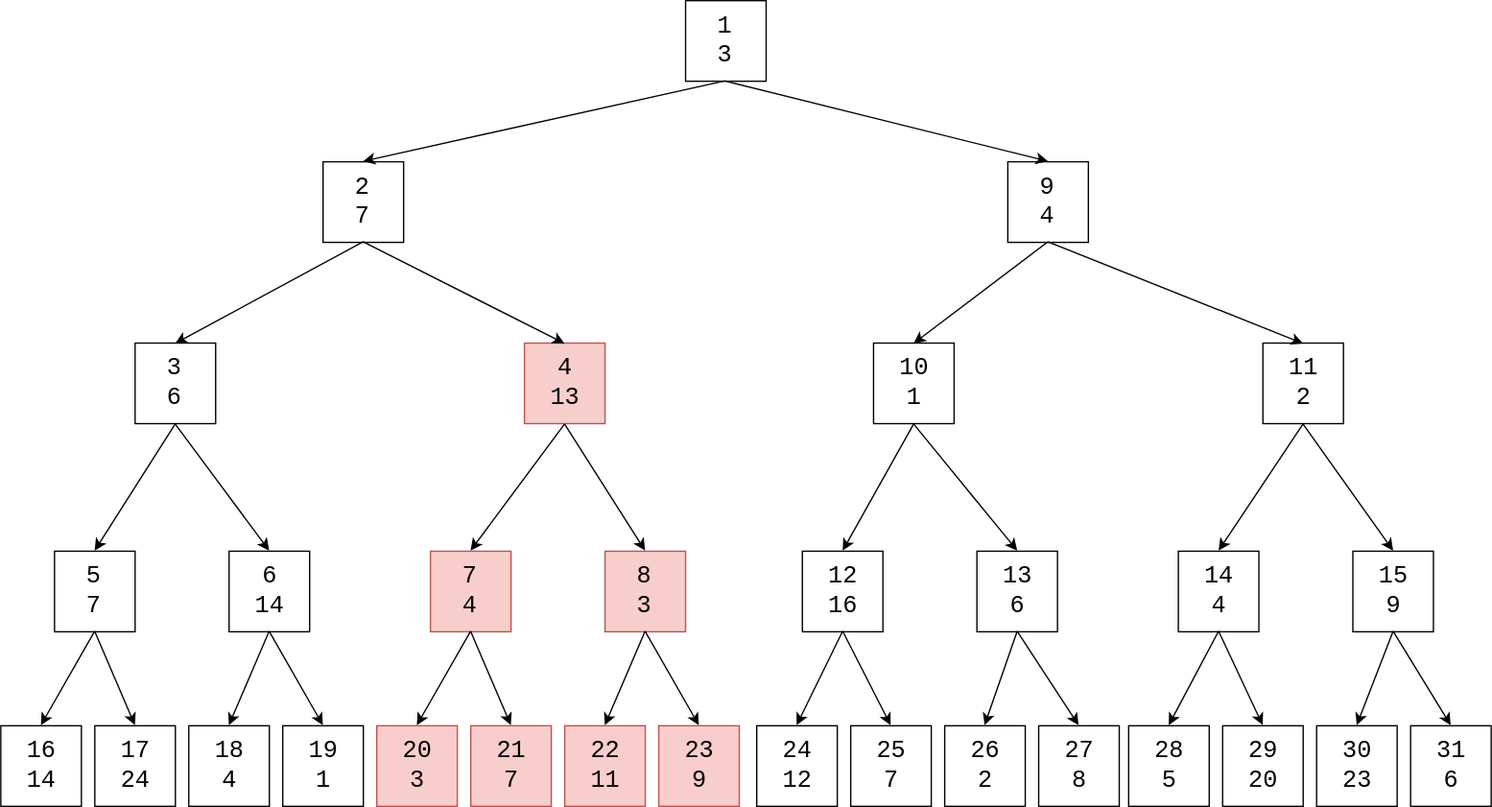
Before: docs/DynamicProgramming/TreeDP/res/MaxBinaryTreeRadiusSum3.svg, a diagram exported from draw.io (linrongbin16/way-to-algorithm). Source tidied: cells renumbered, new cells last; positions are measured from the earlier drawing's top-left corner, leaving out a move shared by most shapes.
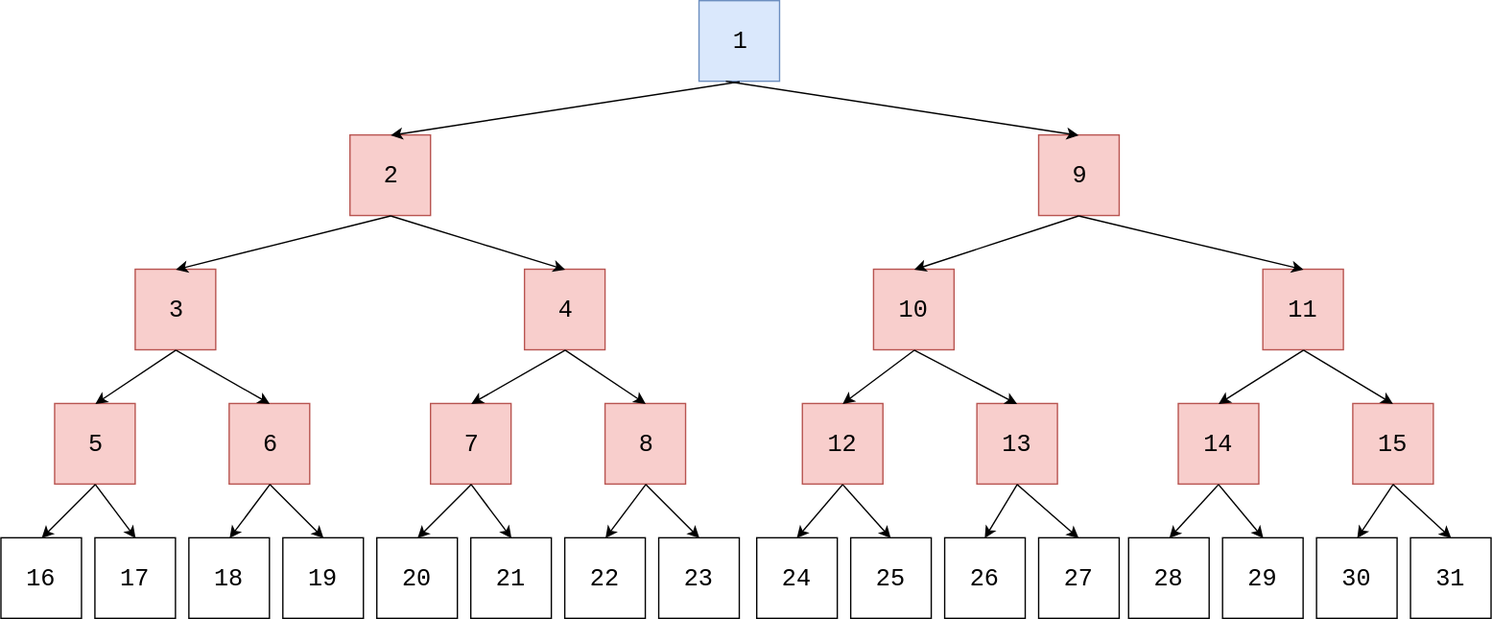
After the commit.

Commit message:
finish max binary tree radius sum doc, and pictures

What changed in the source:
```diff
@@ -2,79 +2,79 @@
   <root>
     <mxCell id="0" />
     <mxCell id="1" parent="0" />
-    <mxCell id="2" value="1&lt;div&gt;3&lt;/div&gt;" style="rounded=0;whiteSpace=wrap;html=1;fontFamily=Courier New;fontSize=18;fillColor=#ffffff;strokeColor=#000000;" parent="1" vertex="1">
-      <mxGeometry x="510" width="60" height="60" as="geometry" />
+    <mxCell id="2" value="1&lt;br&gt;" style="rounded=0;whiteSpace=wrap;html=1;fontFamily=Courier New;fontSize=18;fillColor=#dae8fc;strokeColor=#6c8ebf;" parent="1" vertex="1">
+      <mxGeometry x="520" y="140" width="60" height="60" as="geometry" />
     </mxCell>
-    <mxCell id="3" value="2&lt;div&gt;7&lt;/div&gt;" style="rounded=0;whiteSpace=wrap;html=1;fontFamily=Courier New;fontSize=18;fillColor=#ffffff;strokeColor=#000000;" parent="1" vertex="1">
-      <mxGeometry x="240" y="120" width="60" height="60" as="geometry" />
+    <mxCell id="3" value="2&lt;br&gt;" style="rounded=0;whiteSpace=wrap;html=1;fontFamily=Courier New;fontSize=18;fillColor=#f8cecc;strokeColor=#b85450;" parent="1" vertex="1">
+      <mxGeometry x="260" y="240" width="60" height="60" as="geometry" />
     </mxCell>
-    <mxCell id="4" value="9&lt;div&gt;4&lt;/div&gt;" style="rounded=0;whiteSpace=wrap;html=1;fontFamily=Courier New;fontSize=18;fillColor=#ffffff;strokeColor=#000000;" parent="1" vertex="1">
-      <mxGeometry x="750" y="120" width="60" height="60" as="geometry" />
+    <mxCell id="4" value="9&lt;br&gt;" style="rounded=0;whiteSpace=wrap;html=1;fontFamily=Courier New;fontSize=18;fillColor=#f8cecc;strokeColor=#b85450;" parent="1" vertex="1">
+      <mxGeometry x="773" y="240" width="60" height="60" as="geometry" />
     </mxCell>
-    <mxCell id="5" value="3&lt;div&gt;6&lt;/div&gt;" style="rounded=0;whiteSpace=wrap;html=1;fontFamily=Courier New;fontSize=18;fillColor=#ffffff;strokeColor=#000000;" parent="1" vertex="1">
-      <mxGeometry x="100" y="255" width="60" height="60" as="geometry" />
+    <mxCell id="5" value="3&lt;br&gt;" style="rounded=0;whiteSpace=wrap;html=1;fontFamily=Courier New;fontSize=18;fillColor=#f8cecc;strokeColor=#b85450;" parent="1" vertex="1">
+      <mxGeometry x="100" y="340" width="60" height="60" as="geometry" />
     </mxCell>
-    <mxCell id="6" value="4&lt;div&gt;13&lt;/div&gt;" style="rounded=0;whiteSpace=wrap;html=1;fontFamily=Courier New;fontSize=18;fillColor=#f8cecc;strokeColor=#b85450;" parent="1" vertex="1">
-      <mxGeometry x="390" y="255" width="60" height="60" as="geometry" />
+    <mxCell id="6" value="4&lt;br&gt;" style="rounded=0;whiteSpace=wrap;html=1;fontFamily=Courier New;fontSize=18;fillColor=#f8cecc;strokeColor=#b85450;" parent="1" vertex="1">
+      <mxGeometry x="390" y="340" width="60" height="60" as="geometry" />
     </mxCell>
-    <mxCell id="7" value="5&lt;div&gt;7&lt;/div&gt;" style="rounded=0;whiteSpace=wrap;html=1;fontFamily=Courier New;fontSize=18;fillColor=#ffffff;strokeColor=#000000;" parent="1" vertex="1">
-      <mxGeometry x="40" y="410" width="60" height="60" as="geometry" />
+    <mxCell id="7" value="5&lt;br&gt;" style="rounded=0;whiteSpace=wrap;html=1;fontFamily=Courier New;fontSize=18;fillColor=#f8cecc;strokeColor=#b85450;" parent="1" vertex="1">
+      <mxGeometry x="40" y="440" width="60" height="60" as="geometry" />
     </mxCell>
-    <mxCell id="8" value="6&lt;div&gt;14&lt;/div&gt;" style="rounded=0;whiteSpace=wrap;html=1;fontFamily=Courier New;fontSize=18;fillColor=#ffffff;strokeColor=#000000;" parent="1" vertex="1">
-      <mxGeometry x="170" y="410" width="60" height="60" as="geometry" />
+    <mxCell id="8" value="6&lt;br&gt;" style="rounded=0;whiteSpace=wrap;html=1;fontFamily=Courier New;fontSize=18;fillColor=#f8cecc;strokeColor=#b85450;" parent="1" vertex="1">
+      <mxGeometry x="170" y="440" width="60" height="60" as="geometry" />
     </mxCell>
-    <mxCell id="9" value="7&lt;div&gt;4&lt;/div&gt;" style="rounded=0;whiteSpace=wrap;html=1;fontFamily=Courier New;fontSize=18;fillColor=#f8cecc;strokeColor=#b85450;" parent="1" vertex="1">
-      <mxGeometry x="320" y="410" width="60" height="60" as="geometry" />
+    <mxCell id="9" value="7&lt;br&gt;" style="rounded=0;whiteSpace=wrap;html=1;fontFamily=Courier New;fontSize=18;fillColor=#f8cecc;strokeColor=#b85450;" parent="1" vertex="1">
+      <mxGeometry x="320" y="440" width="60" height="60" as="geometry" />
     </mxCell>
-    <mxCell id="10" value="8&lt;div&gt;3&lt;/div&gt;" style="rounded=0;whiteSpace=wrap;html=1;fontFamily=Courier New;fontSize=18;fillColor=#f8cecc;strokeColor=#b85450;" parent="1" vertex="1">
-      <mxGeometry x="450" y="410" width="60" height="60" as="geometry" />
+    <mxCell id="10" value="8&lt;br&gt;" style="rounded=0;whiteSpace=wrap;html=1;fontFamily=Courier New;fontSize=18;fillColor=#f8cecc;strokeColor=#b85450;" parent="1" vertex="1">
+      <mxGeometry x="450" y="440" width="60" height="60" as="geometry" />
     </mxCell>
-    <mxCell id="11" value="16&lt;div&gt;14&lt;/div&gt;" style="rounded=0;whiteSpace=wrap;html=1;fontFamily=Courier New;fontSize=18;fillColor=#ffffff;strokeColor=#000000;" parent="1" vertex="1">
+    <mxCell id="11" value="16&lt;br&gt;" style="rounded=0;whiteSpace=wrap;html=1;fontFamily=Courier New;fontSize=18;fillColor=#ffffff;strokeColor=#000000;" parent="1" vertex="1">
       <mxGeometry y="540" width="60" height="60" as="geometry" />
     </mxCell>
-    <mxCell id="12" value="17&lt;div&gt;24&lt;/div&gt;" style="rounded=0;whiteSpace=wrap;html=1;fontFamily=Courier New;fontSize=18;fillColor=#ffffff;strokeColor=#000000;" parent="1" vertex="1">
+    <mxCell id="12" value="17&lt;br&gt;" style="rounded=0;whiteSpace=wrap;html=1;fontFamily=Courier New;fontSize=18;fillColor=#ffffff;strokeColor=#000000;" parent="1" vertex="1">
       <mxGeometry x="70" y="540" width="60" height="60" as="geometry" />
     </mxCell>
-    <mxCell id="13" value="18&lt;div&gt;4&lt;/div&gt;" style="rounded=0;whiteSpace=wrap;html=1;fontFamily=Courier New;fontSize=18;fillColor=#ffffff;strokeColor=#000000;" parent="1" vertex="1">
+    <mxCell id="13" value="18&lt;br&gt;" style="rounded=0;whiteSpace=wrap;html=1;fontFamily=Courier New;fontSize=18;fillColor=#ffffff;strokeColor=#000000;" parent="1" vertex="1">
       <mxGeometry x="140" y="540" width="60" height="60" as="geometry" />
     </mxCell>
-    <mxCell id="14" value="19&lt;div&gt;1&lt;/div&gt;" style="rounded=0;whiteSpace=wrap;html=1;fontFamily=Courier New;fontSize=18;fillColor=#ffffff;strokeColor=#000000;" parent="1" vertex="1">
+    <mxCell id="14" value="19&lt;br&gt;" style="rounded=0;whiteSpace=wrap;html=1;fontFamily=Courier New;fontSize=18;fillColor=#ffffff;strokeColor=#000000;" parent="1" vertex="1">
       <mxGeometry x="210" y="540" width="60" height="60" as="geometry" />
     </mxCell>
-    <mxCell id="15" value="20&lt;div&gt;3&lt;/div&gt;" style="rounded=0;whiteSpace=wrap;html=1;fontFamily=Courier New;fontSize=18;fillColor=#f8cecc;strokeColor=#b85450;" parent="1" vertex="1">
+    <mxCell id="15" value="20&lt;br&gt;" style="rounded=0;whiteSpace=wrap;html=1;fontFamily=Courier New;fontSize=18;fillColor=#ffffff;strokeColor=#000000;" parent="1" vertex="1">
       <mxGeometry x="280" y="540" width="60" height="60" as="geometry" />
     </mxCell>
-    <mxCell id="16" value="21&lt;div&gt;7&lt;/div&gt;" style="rounded=0;whiteSpace=wrap;html=1;fontFamily=Courier New;fontSize=18;fillColor=#f8cecc;strokeColor=#b85450;" parent="1" vertex="1">
+    <mxCell id="16" value="21&lt;br&gt;" style="rounded=0;whiteSpace=wrap;html=1;fontFamily=Courier New;fontSize=18;fillColor=#ffffff;strokeColor=#000000;" parent="1" vertex="1">
       <mxGeometry x="350" y="540" width="60" height="60" as="geometry" />
     </mxCell>
-    <mxCell id="17" value="22&lt;div&gt;11&lt;/div&gt;" style="rounded=0;whiteSpace=wrap;html=1;fontFamily=Courier New;fontSize=18;fillColor=#f8cecc;strokeColor=#b85450;" parent="1" vertex="1">
+    <mxCell id="17" value="22&lt;br&gt;" style="rounded=0;whiteSpace=wrap;html=1;fontFamily=Courier New;fontSize=18;fillColor=#ffffff;strokeColor=#000000;" parent="1" vertex="1">
       <mxGeometry x="420" y="540" width="60" height="60" as="geometry" />
     </mxCell>
-    <mxCell id="18" value="10&lt;div&gt;1&lt;/div&gt;" style="rounded=0;whiteSpace=wrap;html=1;fontFamily=Courier New;fontSize=18;fillColor=#ffffff;strokeColor=#000000;" parent="1" vertex="1">
-      <mxGeometry x="650" y="255" width="60" height="60" as="geometry" />
+    <mxCell id="18" value="10&lt;br&gt;" style="rounded=0;whiteSpace=wrap;html=1;fontFamily=Courier New;fontSize=18;fillColor=#f8cecc;strokeColor=#b85450;" parent="1" vertex="1">
+      <mxGeometry x="650" y="340" width="60" height="60" as="geometry" />
     </mxCell>
-    <mxCell id="19" value="11&lt;div&gt;2&lt;/div&gt;" style="rounded=0;whiteSpace=wrap;html=1;fontFamily=Courier New;fontSize=18;fillColor=#ffffff;strokeColor=#000000;" parent="1" vertex="1">
-      <mxGeometry x="940" y="255" width="60" height="60" as="geometry" />
+    <mxCell id="19" value="11&lt;br&gt;" style="rounded=0;whiteSpace=wrap;html=1;fontFamily=Courier New;fontSize=18;fillColor=#f8cecc;strokeColor=#b85450;" parent="1" vertex="1">
+      <mxGeometry x="940" y="340" width="60" height="60" as="geometry" />
     </mxCell>
-    <mxCell id="20" value="12&lt;div&gt;16&lt;/div&gt;" style="rounded=0;whiteSpace=wrap;html=1;fontFamily=Courier New;fontSize=18;fillColor=#ffffff;strokeColor=#000000;" parent="1" vertex="1">
-      <mxGeometry x="597" y="410" width="60" height="60" as="geometry" />
+    <mxCell id="20" value="12&lt;br&gt;" style="rounded=0;whiteSpace=wrap;html=1;fontFamily=Courier New;fontSize=18;fillColor=#f8cecc;strokeColor=#b85450;" parent="1" vertex="1">
+      <mxGeometry x="597" y="440" width="60" height="60" as="geometry" />
     </mxCell>
-    <mxCell id="21" value="13&lt;div&gt;6&lt;/div&gt;" style="rounded=0;whiteSpace=wrap;html=1;fontFamily=Courier New;fontSize=18;fillColor=#ffffff;strokeColor=#000000;" parent="1" vertex="1">
-      <mxGeometry x="727" y="410" width="60" height="60" as="geometry" />
+    <mxCell id="21" value="13&lt;br&gt;" style="rounded=0;whiteSpace=wrap;html=1;fontFamily=Courier New;fontSize=18;fillColor=#f8cecc;strokeColor=#b85450;" parent="1" vertex="1">
+      <mxGeometry x="727" y="440" width="60" height="60" as="geometry" />
     </mxCell>
-    <mxCell id="22" value="14&lt;div&gt;4&lt;/div&gt;" style="rounded=0;whiteSpace=wrap;html=1;fontFamily=Courier New;fontSize=18;fillColor=#ffffff;strokeColor=#000000;" parent="1" vertex="1">
-      <mxGeometry x="877" y="410" width="60" height="60" as="geometry" />
+    <mxCell id="22" value="14&lt;br&gt;" style="rounded=0;whiteSpace=wrap;html=1;fontFamily=Courier New;fontSize=18;fillColor=#f8cecc;strokeColor=#b85450;" parent="1" vertex="1">
+      <mxGeometry x="877" y="440" width="60" height="60" as="geometry" />
     </mxCell>
-    <mxCell id="23" value="15&lt;div&gt;9&lt;/div&gt;" style="rounded=0;whiteSpace=wrap;html=1;fontFamily=Courier New;fontSize=18;fillColor=#ffffff;strokeColor=#000000;" parent="1" vertex="1">
-      <mxGeometry x="1007" y="410" width="60" height="60" as="geometry" />
+    <mxCell id="23" value="15&lt;br&gt;" style="rounded=0;whiteSpace=wrap;html=1;fontFamily=Courier New;fontSize=18;fillColor=#f8cecc;strokeColor=#b85450;" parent="1" vertex="1">
+      <mxGeometry x="1007" y="440" width="60" height="60" as="geometry" />
     </mxCell>
-    <mxCell id="24" value="28&lt;div&gt;5&lt;/div&gt;" style="rounded=0;whiteSpace=wrap;html=1;fontFamily=Courier New;fontSize=18;fillColor=#ffffff;strokeColor=#000000;" parent="1" vertex="1">
+    <mxCell id="24" value="28&lt;br&gt;" style="rounded=0;whiteSpace=wrap;html=1;fontFamily=Courier New;fontSize=18;fillColor=#ffffff;strokeColor=#000000;" parent="1" vertex="1">
       <mxGeometry x="840" y="540" width="60" height="60" as="geometry" />
     </mxCell>
-    <mxCell id="25" value="29&lt;div&gt;20&lt;/div&gt;" style="rounded=0;whiteSpace=wrap;html=1;fontFamily=Courier New;fontSize=18;fillColor=#ffffff;strokeColor=#000000;" parent="1" vertex="1">
+    <mxCell id="25" value="29&lt;br&gt;" style="rounded=0;whiteSpace=wrap;html=1;fontFamily=Courier New;fontSize=18;fillColor=#ffffff;strokeColor=#000000;" parent="1" vertex="1">
       <mxGeometry x="910" y="540" width="60" height="60" as="geometry" />
     </mxCell>
-    <mxCell id="26" value="30&lt;div&gt;23&lt;/div&gt;" style="rounded=0;whiteSpace=wrap;html=1;fontFamily=Courier New;fontSize=18;fillColor=#ffffff;strokeColor=#000000;" parent="1" vertex="1">
+    <mxCell id="26" value="30&lt;br&gt;" style="rounded=0;whiteSpace=wrap;html=1;fontFamily=Courier New;fontSize=18;fillColor=#ffffff;strokeColor=#000000;" parent="1" vertex="1">
       <mxGeometry x="980" y="540" width="60" height="60" as="geometry" />
     </mxCell>
     <mxCell id="27" style="endArrow=classic;html=1;fontFamily=Courier New;fontSize=18;exitX=0.5;exitY=1;entryX=0.5;entryY=0;" parent="1" edge="1" source="2" target="3">
@@ -82,7 +82,7 @@
     </mxCell>
     <mxCell id="28" style="endArrow=classic;html=1;fontFamily=Courier New;fontSize=18;entryX=0.5;entryY=0;" parent="1" edge="1" target="4">
       <mxGeometry relative="1" as="geometry">
-        <mxPoint x="540" y="60" as="sourcePoint" />
+        <mxPoint x="540" y="200" as="sourcePoint" />
       </mxGeometry>
     </mxCell>
     <mxCell id="29" style="endArrow=classic;html=1;fontFamily=Courier New;fontSize=18;exitX=0.5;exitY=1;entryX=0.5;entryY=0;" parent="1" edge="1" source="3" target="5">
@@ -151,22 +151,22 @@
     <mxCell id="50" style="endArrow=classic;html=1;fontFamily=Courier New;fontSize=18;exitX=0.5;exitY=1;entryX=0.5;entryY=0;" parent="1" edge="1" source="23" target="26">
       <mxGeometry relative="1" as="geometry" />
     </mxCell>
-    <mxCell id="51" value="23&lt;div&gt;9&lt;/div&gt;" style="rounded=0;whiteSpace=wrap;html=1;fontFamily=Courier New;fontSize=18;fillColor=#f8cecc;strokeColor=#b85450;" parent="1" vertex="1">
+    <mxCell id="51" value="23&lt;br&gt;" style="rounded=0;whiteSpace=wrap;html=1;fontFamily=Courier New;fontSize=18;fillColor=#ffffff;strokeColor=#000000;" parent="1" vertex="1">
       <mxGeometry x="490" y="540" width="60" height="60" as="geometry" />
     </mxCell>
     <mxCell id="52" style="endArrow=classic;html=1;fontFamily=Courier New;fontSize=18;entryX=0.5;entryY=0;exitX=0.5;exitY=1;" parent="1" edge="1" source="10" target="51">
       <mxGeometry relative="1" as="geometry" />
     </mxCell>
-    <mxCell id="53" value="24&lt;div&gt;12&lt;/div&gt;" style="rounded=0;whiteSpace=wrap;html=1;fontFamily=Courier New;fontSize=18;fillColor=#ffffff;strokeColor=#000000;" parent="1" vertex="1">
+    <mxCell id="53" value="24&lt;br&gt;" style="rounded=0;whiteSpace=wrap;html=1;fontFamily=Courier New;fontSize=18;fillColor=#ffffff;strokeColor=#000000;" parent="1" vertex="1">
       <mxGeometry x="563" y="540" width="60" height="60" as="geometry" />
     </mxCell>
-    <mxCell id="54" value="25&lt;div&gt;7&lt;/div&gt;" style="rounded=0;whiteSpace=wrap;html=1;fontFamily=Courier New;fontSize=18;fillColor=#ffffff;strokeColor=#000000;" parent="1" vertex="1">
+    <mxCell id="54" value="25&lt;br&gt;" style="rounded=0;whiteSpace=wrap;html=1;fontFamily=Courier New;fontSize=18;fillColor=#ffffff;strokeColor=#000000;" parent="1" vertex="1">
       <mxGeometry x="633" y="540" width="60" height="60" as="geometry" />
     </mxCell>
-    <mxCell id="55" value="26&lt;div&gt;2&lt;/div&gt;" style="rounded=0;whiteSpace=wrap;html=1;fontFamily=Courier New;fontSize=18;fillColor=#ffffff;strokeColor=#000000;" parent="1" vertex="1">
+    <mxCell id="55" value="26&lt;br&gt;" style="rounded=0;whiteSpace=wrap;html=1;fontFamily=Courier New;fontSize=18;fillColor=#ffffff;strokeColor=#000000;" parent="1" vertex="1">
       <mxGeometry x="703" y="540" width="60" height="60" as="geometry" />
     </mxCell>
-    <mxCell id="56" value="27&lt;div&gt;8&lt;/div&gt;" style="rounded=0;whiteSpace=wrap;html=1;fontFamily=Courier New;fontSize=18;fillColor=#ffffff;strokeColor=#000000;" parent="1" vertex="1">
+    <mxCell id="56" value="27&lt;br&gt;" style="rounded=0;whiteSpace=wrap;html=1;fontFamily=Courier New;fontSize=18;fillColor=#ffffff;strokeColor=#000000;" parent="1" vertex="1">
       <mxGeometry x="773" y="540" width="60" height="60" as="geometry" />
     </mxCell>
     <mxCell id="57" style="endArrow=classic;html=1;fontFamily=Courier New;fontSize=18;exitX=0.5;exitY=1;entryX=0.5;entryY=0;" parent="1" edge="1" source="20" target="53">
@@ -181,7 +181,7 @@
     <mxCell id="60" style="endArrow=classic;html=1;fontFamily=Courier New;fontSize=18;exitX=0.5;exitY=1;entryX=0.5;entryY=0;" parent="1" edge="1" source="21" target="56">
       <mxGeometry relative="1" as="geometry" />
     </mxCell>
-    <mxCell id="61" value="31&lt;div&gt;6&lt;/div&gt;" style="rounded=0;whiteSpace=wrap;html=1;fontFamily=Courier New;fontSize=18;fillColor=#ffffff;strokeColor=#000000;" parent="1" vertex="1">
+    <mxCell id="61" value="31&lt;br&gt;" style="rounded=0;whiteSpace=wrap;html=1;fontFamily=Courier New;fontSize=18;fillColor=#ffffff;strokeColor=#000000;" parent="1" vertex="1">
       <mxGeometry x="1050" y="540" width="60" height="60" as="geometry" />
     </mxCell>
     <mxCell id="62" style="endArrow=classic;html=1;fontFamily=Courier New;fontSize=18;exitX=0.5;exitY=1;entryX=0.5;entryY=0;" parent="1" edge="1" source="23" target="61">
```
